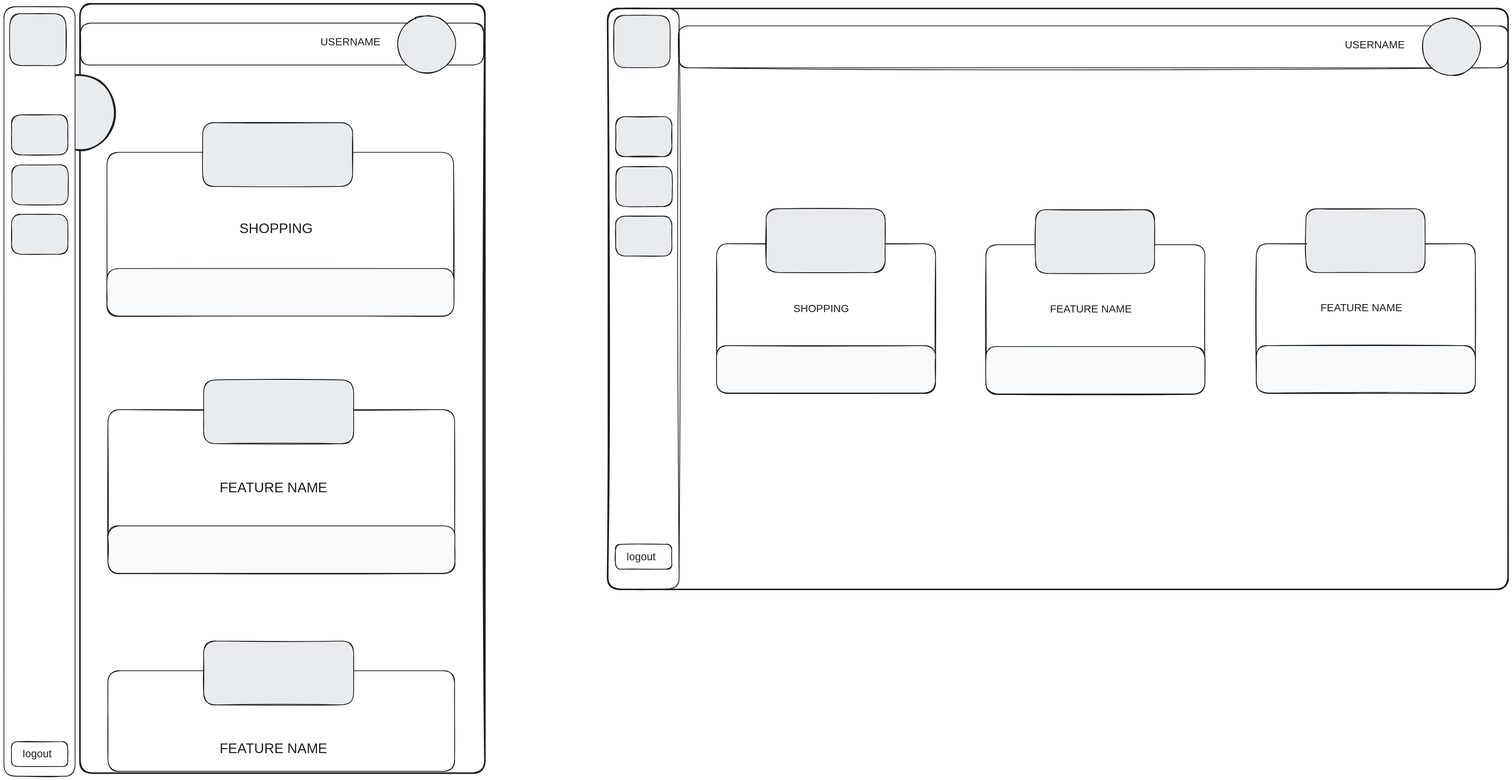
Above: docs/wireframes/landing_page.excalidraw.svg in AliMcG/our-house-app (Excalidraw), before the change. Source tidied: one line per element, renumbered; positions are measured from the earlier drawing's top-left corner, leaving out a move shared by most shapes.
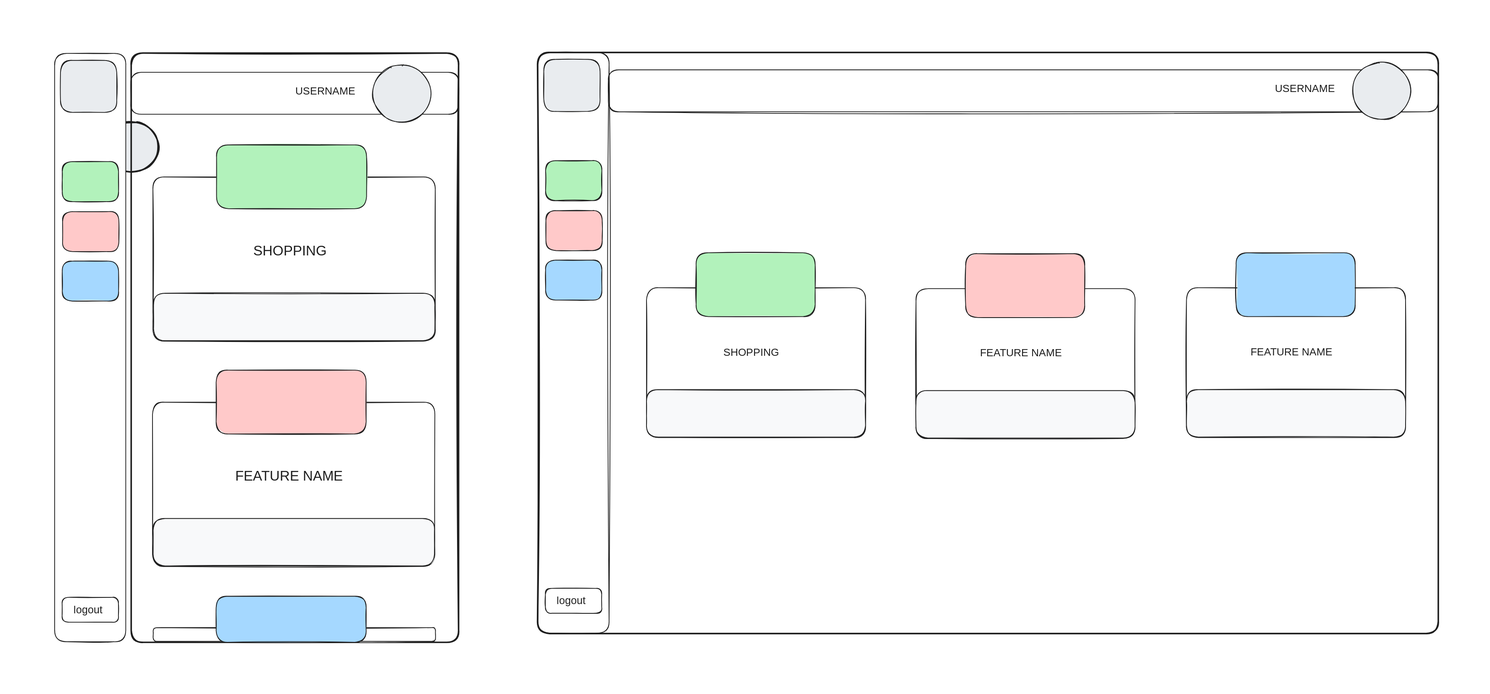
Later version of the same file.

Commit message:
docs: update the landing page wireframe

What changed in the source:
```diff
@@ -1,46 +1,48 @@
 {"id": 0, "type": "rectangle", "strokeColor": "#1e1e1e", "backgroundColor": "#ffffff", "fillStyle": "solid", "strokeWidth": 2, "roughness": 1, "round": true, "x": 1871, "y": 630, "width": 575, "height": 393}
-{"id": 1, "type": "rectangle", "strokeColor": "#1e1e1e", "backgroundColor": "#ffffff", "fillStyle": "solid", "strokeWidth": 2, "roughness": 1, "round": true, "x": 270, "y": 390, "width": 910, "height": 431}
-{"id": 2, "type": "rectangle", "strokeColor": "#1e1e1e", "backgroundColor": "#ffffff", "fillStyle": "solid", "strokeWidth": 2, "roughness": 1, "round": true, "x": 273, "y": 1065, "width": 910, "height": 431}
-{"id": 3, "type": "rectangle", "strokeColor": "#1e1e1e", "backgroundColor": "#ffffff", "fillStyle": "solid", "strokeWidth": 2, "roughness": 1, "round": true, "x": 273, "y": 1751, "width": 910, "height": 264}
 {"id": 4, "type": "rectangle", "strokeColor": "#1e1e1e", "backgroundColor": "#ffffff", "fillStyle": "solid", "strokeWidth": 2, "roughness": 1, "round": true, "x": 2579, "y": 632, "width": 575, "height": 393}
 {"id": 5, "type": "rectangle", "strokeColor": "#1e1e1e", "backgroundColor": "#ffffff", "fillStyle": "solid", "strokeWidth": 2, "roughness": 1, "round": true, "x": 3289, "y": 630, "width": 575, "height": 393}
 {"id": 6, "type": "rectangle", "strokeColor": "#1e1e1e", "backgroundColor": "#f8f9fa", "fillStyle": "solid", "strokeWidth": 2, "roughness": 1, "round": true, "x": 1871, "y": 897, "width": 575, "height": 125}
-{"id": 7, "type": "rectangle", "strokeColor": "#1e1e1e", "backgroundColor": "#f8f9fa", "fillStyle": "solid", "strokeWidth": 2, "roughness": 1, "round": true, "x": 270, "y": 695, "width": 911, "height": 125}
-{"id": 8, "type": "rectangle", "strokeColor": "#1e1e1e", "backgroundColor": "#f8f9fa", "fillStyle": "solid", "strokeWidth": 2, "roughness": 1, "round": true, "x": 273, "y": 1371, "width": 911, "height": 125}
 {"id": 9, "type": "rectangle", "strokeColor": "#1e1e1e", "backgroundColor": "#f8f9fa", "fillStyle": "solid", "strokeWidth": 2, "roughness": 1, "round": true, "x": 2579, "y": 900, "width": 575, "height": 125}
 {"id": 10, "type": "rectangle", "strokeColor": "#1e1e1e", "backgroundColor": "#f8f9fa", "fillStyle": "solid", "strokeWidth": 2, "roughness": 1, "round": true, "x": 3289, "y": 897, "width": 575, "height": 125}
 {"id": 11, "type": "rectangle", "strokeColor": "#1e1e1e", "backgroundColor": "#ffffff", "fillStyle": "solid", "strokeWidth": 2, "roughness": 1, "round": true, "x": 1586, "y": 12, "width": 187, "height": 1524}
-{"id": 12, "type": "rectangle", "strokeColor": "#1e1e1e", "backgroundColor": "#e9ecef", "fillStyle": "solid", "strokeWidth": 2, "roughness": 1, "round": true, "x": 1607, "y": 427, "width": 148, "height": 105}
+{"id": 12, "type": "rectangle", "strokeColor": "#1e1e1e", "backgroundColor": "#ffc9c9", "fillStyle": "solid", "strokeWidth": 2, "roughness": 1, "round": true, "x": 1607, "y": 427, "width": 148, "height": 105}
-{"id": 13, "type": "rectangle", "strokeColor": "#1e1e1e", "backgroundColor": "#e9ecef", "fillStyle": "solid", "strokeWidth": 2, "roughness": 1, "round": true, "x": 1606, "y": 557, "width": 148, "height": 105}
+{"id": 13, "type": "rectangle", "strokeColor": "#1e1e1e", "backgroundColor": "#a5d8ff", "fillStyle": "solid", "strokeWidth": 2, "roughness": 1, "round": true, "x": 1606, "y": 557, "width": 148, "height": 105}
 {"id": 14, "type": "rectangle", "strokeColor": "#1e1e1e", "strokeWidth": 4, "roughness": 1, "round": true, "x": 1585, "y": 12, "width": 2365, "height": 1525}
 {"id": 15, "type": "rectangle", "strokeColor": "#1e1e1e", "backgroundColor": "#e9ecef", "fillStyle": "solid", "strokeWidth": 2, "roughness": 1, "round": true, "x": 1601, "y": 30, "width": 148, "height": 137}
-{"id": 16, "type": "rectangle", "strokeColor": "#1e1e1e", "backgroundColor": "#e9ecef", "fillStyle": "solid", "strokeWidth": 2, "roughness": 1, "round": true, "x": 1606, "y": 296, "width": 148, "height": 105}
+{"id": 16, "type": "rectangle", "strokeColor": "#1e1e1e", "backgroundColor": "#b2f2bb", "fillStyle": "solid", "strokeWidth": 2, "roughness": 1, "round": true, "x": 1606, "y": 296, "width": 148, "height": 105}
 {"id": 17, "type": "rectangle", "strokeColor": "#1e1e1e", "strokeWidth": 2, "roughness": 1, "round": true, "x": 1606, "y": 1419, "width": 148, "height": 65}
 {"id": 18, "type": "rectangle", "strokeColor": "#1e1e1e", "strokeWidth": 2, "roughness": 1, "round": true, "x": 1771, "y": 58, "width": 2179, "height": 110}
-{"id": 19, "type": "rectangle", "strokeColor": "#1e1e1e", "strokeWidth": 2, "roughness": 1, "round": true, "x": 201, "y": 51, "width": 1059, "height": 110}
 {"id": 20, "type": "text", "text": "USERNAME", "strokeColor": "#1e1e1e", "strokeWidth": 2, "roughness": 1, "fontSize": 28, "fontFamily": 1, "x": 3521, "y": 91, "width": 152, "height": 35}
-{"id": 21, "type": "text", "text": "USERNAME", "strokeColor": "#1e1e1e", "strokeWidth": 2, "roughness": 1, "fontSize": 28, "fontFamily": 1, "x": 831, "y": 84, "width": 152, "height": 35}
 {"id": 22, "type": "ellipse", "strokeColor": "#1e1e1e", "backgroundColor": "#e9ecef", "fillStyle": "solid", "strokeWidth": 2, "roughness": 1, "round": true, "x": 3724, "y": 39, "width": 153, "height": 150}
-{"id": 23, "type": "ellipse", "strokeColor": "#1e1e1e", "backgroundColor": "#e9ecef", "fillStyle": "solid", "strokeWidth": 2, "roughness": 1, "round": true, "x": 1034, "y": 31, "width": 153, "height": 150}
-{"id": 24, "type": "rectangle", "strokeColor": "#1e1e1e", "backgroundColor": "#e9ecef", "fillStyle": "solid", "strokeWidth": 2, "roughness": 1, "round": true, "x": 2001, "y": 538, "width": 312, "height": 168}
+{"id": 24, "type": "rectangle", "strokeColor": "#1e1e1e", "backgroundColor": "#b2f2bb", "fillStyle": "solid", "strokeWidth": 2, "roughness": 1, "round": true, "x": 2001, "y": 538, "width": 312, "height": 168}
-{"id": 25, "type": "rectangle", "strokeColor": "#1e1e1e", "backgroundColor": "#e9ecef", "fillStyle": "solid", "strokeWidth": 2, "roughness": 1, "round": true, "x": 522, "y": 312, "width": 394, "height": 168}
-{"id": 26, "type": "rectangle", "strokeColor": "#1e1e1e", "backgroundColor": "#e9ecef", "fillStyle": "solid", "strokeWidth": 2, "roughness": 1, "round": true, "x": 524, "y": 988, "width": 394, "height": 168}
-{"id": 27, "type": "rectangle", "strokeColor": "#1e1e1e", "backgroundColor": "#e9ecef", "fillStyle": "solid", "strokeWidth": 2, "roughness": 1, "round": true, "x": 524, "y": 1673, "width": 394, "height": 168}
-{"id": 28, "type": "rectangle", "strokeColor": "#1e1e1e", "backgroundColor": "#e9ecef", "fillStyle": "solid", "strokeWidth": 2, "roughness": 1, "round": true, "x": 2709, "y": 541, "width": 312, "height": 168}
+{"id": 28, "type": "rectangle", "strokeColor": "#1e1e1e", "backgroundColor": "#ffc9c9", "fillStyle": "solid", "strokeWidth": 2, "roughness": 1, "round": true, "x": 2709, "y": 541, "width": 312, "height": 168}
-{"id": 29, "type": "rectangle", "strokeColor": "#1e1e1e", "backgroundColor": "#e9ecef", "fillStyle": "solid", "strokeWidth": 2, "roughness": 1, "round": true, "x": 3419, "y": 538, "width": 312, "height": 168}
+{"id": 29, "type": "rectangle", "strokeColor": "#1e1e1e", "backgroundColor": "#a5d8ff", "fillStyle": "solid", "strokeWidth": 2, "roughness": 1, "round": true, "x": 3419, "y": 538, "width": 312, "height": 168}
 {"id": 30, "type": "text", "text": "SHOPPING", "strokeColor": "#1e1e1e", "strokeWidth": 2, "roughness": 1, "fontSize": 28, "fontFamily": 1, "x": 2072, "y": 784, "width": 145, "height": 35}
-{"id": 31, "type": "text", "text": "SHOPPING", "strokeColor": "#1e1e1e", "strokeWidth": 2, "roughness": 1, "fontSize": 36, "fontFamily": 1, "x": 619, "y": 569, "width": 187, "height": 45}
-{"id": 32, "type": "text", "text": "FEATURE NAME", "strokeColor": "#1e1e1e", "strokeWidth": 2, "roughness": 1, "fontSize": 36, "fontFamily": 1, "x": 566, "y": 1249, "width": 289, "height": 45}
-{"id": 33, "type": "text", "text": "FEATURE NAME", "strokeColor": "#1e1e1e", "strokeWidth": 2, "roughness": 1, "fontSize": 36, "fontFamily": 1, "x": 566, "y": 1935, "width": 289, "height": 45}
 {"id": 34, "type": "text", "text": "FEATURE NAME", "strokeColor": "#1e1e1e", "strokeWidth": 2, "roughness": 1, "fontSize": 28, "fontFamily": 1, "x": 2747, "y": 785, "width": 224, "height": 35}
 {"id": 35, "type": "text", "text": "FEATURE NAME", "strokeColor": "#1e1e1e", "strokeWidth": 2, "roughness": 1, "fontSize": 28, "fontFamily": 1, "x": 3457, "y": 782, "width": 224, "height": 35}
 {"id": 36, "type": "text", "text": "logout", "strokeColor": "#1e1e1e", "strokeWidth": 2, "roughness": 1, "fontSize": 28, "fontFamily": 1, "x": 1635, "y": 1435, "width": 84, "height": 35}
-{"id": 37, "type": "rectangle", "strokeColor": "#1e1e1e", "strokeWidth": 4, "roughness": 1, "round": true, "x": 200, "y": 0, "width": 1063, "height": 2020}
-{"id": 38, "type": "ellipse", "strokeColor": "#1e1e1e", "backgroundColor": "#e9ecef", "fillStyle": "solid", "strokeWidth": 4, "roughness": 1, "round": true, "x": 106, "y": 187, "width": 185, "height": 198}
+{"id": 38, "type": "ellipse", "strokeColor": "#1e1e1e", "backgroundColor": "#e9ecef", "fillStyle": "solid", "strokeWidth": 4, "roughness": 1, "round": true, "x": 449, "y": 194, "width": 140, "height": 132}
-{"id": 39, "type": "rectangle", "strokeColor": "#1e1e1e", "backgroundColor": "#ffffff", "fillStyle": "solid", "strokeWidth": 2, "roughness": 1, "round": true, "x": 0, "y": 8, "width": 187, "height": 2020}
+{"id": 39, "type": "rectangle", "strokeColor": "#1e1e1e", "backgroundColor": "#ffffff", "fillStyle": "solid", "strokeWidth": 2, "roughness": 1, "round": true, "x": 318, "y": 15, "width": 187, "height": 1544}
-{"id": 40, "type": "rectangle", "strokeColor": "#1e1e1e", "backgroundColor": "#e9ecef", "fillStyle": "solid", "strokeWidth": 2, "roughness": 1, "round": true, "x": 21, "y": 423, "width": 148, "height": 105}
+{"id": 40, "type": "rectangle", "strokeColor": "#1e1e1e", "backgroundColor": "#ffc9c9", "fillStyle": "solid", "strokeWidth": 2, "roughness": 1, "round": true, "x": 338, "y": 430, "width": 148, "height": 105}
-{"id": 41, "type": "rectangle", "strokeColor": "#1e1e1e", "backgroundColor": "#e9ecef", "fillStyle": "solid", "strokeWidth": 2, "roughness": 1, "round": true, "x": 20, "y": 553, "width": 148, "height": 105}
+{"id": 41, "type": "rectangle", "strokeColor": "#1e1e1e", "backgroundColor": "#a5d8ff", "fillStyle": "solid", "strokeWidth": 2, "roughness": 1, "round": true, "x": 337, "y": 560, "width": 148, "height": 105}
-{"id": 42, "type": "rectangle", "strokeColor": "#1e1e1e", "backgroundColor": "#e9ecef", "fillStyle": "solid", "strokeWidth": 2, "roughness": 1, "round": true, "x": 15, "y": 26, "width": 148, "height": 137}
+{"id": 42, "type": "rectangle", "strokeColor": "#1e1e1e", "backgroundColor": "#e9ecef", "fillStyle": "solid", "strokeWidth": 2, "roughness": 1, "round": true, "x": 333, "y": 33, "width": 148, "height": 137}
-{"id": 43, "type": "rectangle", "strokeColor": "#1e1e1e", "backgroundColor": "#e9ecef", "fillStyle": "solid", "strokeWidth": 2, "roughness": 1, "round": true, "x": 20, "y": 292, "width": 148, "height": 105}
+{"id": 43, "type": "rectangle", "strokeColor": "#1e1e1e", "backgroundColor": "#b2f2bb", "fillStyle": "solid", "strokeWidth": 2, "roughness": 1, "round": true, "x": 337, "y": 299, "width": 148, "height": 105}
-{"id": 44, "type": "rectangle", "strokeColor": "#1e1e1e", "strokeWidth": 2, "roughness": 1, "round": true, "x": 20, "y": 1937, "width": 148, "height": 65}
+{"id": 44, "type": "rectangle", "strokeColor": "#1e1e1e", "strokeWidth": 2, "roughness": 1, "round": true, "x": 337, "y": 1443, "width": 148, "height": 65}
-{"id": 45, "type": "text", "text": "logout", "strokeColor": "#1e1e1e", "strokeWidth": 2, "roughness": 1, "fontSize": 28, "fontFamily": 1, "x": 49, "y": 1954, "width": 84, "height": 35}
+{"id": 45, "type": "text", "text": "logout", "strokeColor": "#1e1e1e", "strokeWidth": 2, "roughness": 1, "fontSize": 28, "fontFamily": 1, "x": 367, "y": 1459, "width": 84, "height": 35}
+{"id": 46, "type": "rectangle", "strokeColor": "#1e1e1e", "strokeWidth": 2, "roughness": 1, "round": true, "x": 517, "y": 65, "width": 860, "height": 110}
+{"id": 21, "type": "text", "text": "USERNAME", "strokeColor": "#1e1e1e", "strokeWidth": 2, "roughness": 1, "fontSize": 28, "fontFamily": 1, "x": 949, "y": 98, "width": 152, "height": 35}
+{"id": 47, "type": "ellipse", "strokeColor": "#1e1e1e", "backgroundColor": "#e9ecef", "fillStyle": "solid", "strokeWidth": 2, "roughness": 1, "round": true, "x": 1152, "y": 45, "width": 153, "height": 150}
+{"id": 48, "type": "rectangle", "strokeColor": "#1e1e1e", "strokeWidth": 4, "roughness": 1, "round": true, "x": 518, "y": 14, "width": 859, "height": 1547}
+{"id": 49, "type": "rectangle", "strokeColor": "#1e1e1e", "backgroundColor": "#ffffff", "fillStyle": "solid", "strokeWidth": 2, "roughness": 1, "round": true, "x": 575, "y": 339, "width": 741, "height": 431}
+{"id": 50, "type": "rectangle", "strokeColor": "#1e1e1e", "backgroundColor": "#f8f9fa", "fillStyle": "solid", "strokeWidth": 2, "roughness": 1, "round": true, "x": 577, "y": 644, "width": 738, "height": 125}
+{"id": 51, "type": "rectangle", "strokeColor": "#1e1e1e", "backgroundColor": "#b2f2bb", "fillStyle": "solid", "strokeWidth": 2, "roughness": 1, "round": true, "x": 742, "y": 255, "width": 394, "height": 168}
+{"id": 31, "type": "text", "text": "SHOPPING", "strokeColor": "#1e1e1e", "strokeWidth": 2, "roughness": 1, "fontSize": 36, "fontFamily": 1, "x": 839, "y": 512, "width": 187, "height": 45}
+{"id": 52, "type": "rectangle", "strokeColor": "#1e1e1e", "backgroundColor": "#ffffff", "fillStyle": "solid", "strokeWidth": 2, "roughness": 1, "round": true, "x": 574, "y": 931, "width": 741, "height": 431}
+{"id": 53, "type": "rectangle", "strokeColor": "#1e1e1e", "backgroundColor": "#f8f9fa", "fillStyle": "solid", "strokeWidth": 2, "roughness": 1, "round": true, "x": 576, "y": 1236, "width": 738, "height": 125}
+{"id": 54, "type": "rectangle", "strokeColor": "#1e1e1e", "backgroundColor": "#ffc9c9", "fillStyle": "solid", "strokeWidth": 2, "roughness": 1, "round": true, "x": 741, "y": 846, "width": 394, "height": 168}
+{"id": 55, "type": "text", "text": "FEATURE NAME", "strokeColor": "#1e1e1e", "strokeWidth": 2, "roughness": 1, "fontSize": 36, "fontFamily": 1, "x": 792, "y": 1103, "width": 289, "height": 45}
+{"id": 56, "type": "rectangle", "strokeColor": "#1e1e1e", "backgroundColor": "#ffffff", "fillStyle": "solid", "strokeWidth": 2, "roughness": 1, "round": true, "x": 576, "y": 1522, "width": 741, "height": 36}
+{"id": 57, "type": "rectangle", "strokeColor": "#1e1e1e", "backgroundColor": "#a5d8ff", "fillStyle": "solid", "strokeWidth": 2, "roughness": 1, "round": true, "x": 741, "y": 1440, "width": 394, "height": 121}
+{"id": 58, "type": "ellipse", "strokeColor": "#1e1e1e", "backgroundColor": "#e9ecef", "fillStyle": "solid", "strokeWidth": 2, "roughness": 1, "opacity": 0, "round": true, "x": 184, "y": -105, "width": 153, "height": 150}
+{"id": 59, "type": "ellipse", "strokeColor": "#1e1e1e", "backgroundColor": "#e9ecef", "fillStyle": "solid", "strokeWidth": 2, "roughness": 1, "opacity": 0, "round": true, "x": 194, "y": 1536, "width": 153, "height": 150}
+{"id": 60, "type": "ellipse", "strokeColor": "#1e1e1e", "backgroundColor": "#e9ecef", "fillStyle": "solid", "strokeWidth": 2, "roughness": 1, "opacity": 0, "round": true, "x": 3923, "y": -115, "width": 153, "height": 150}
```
